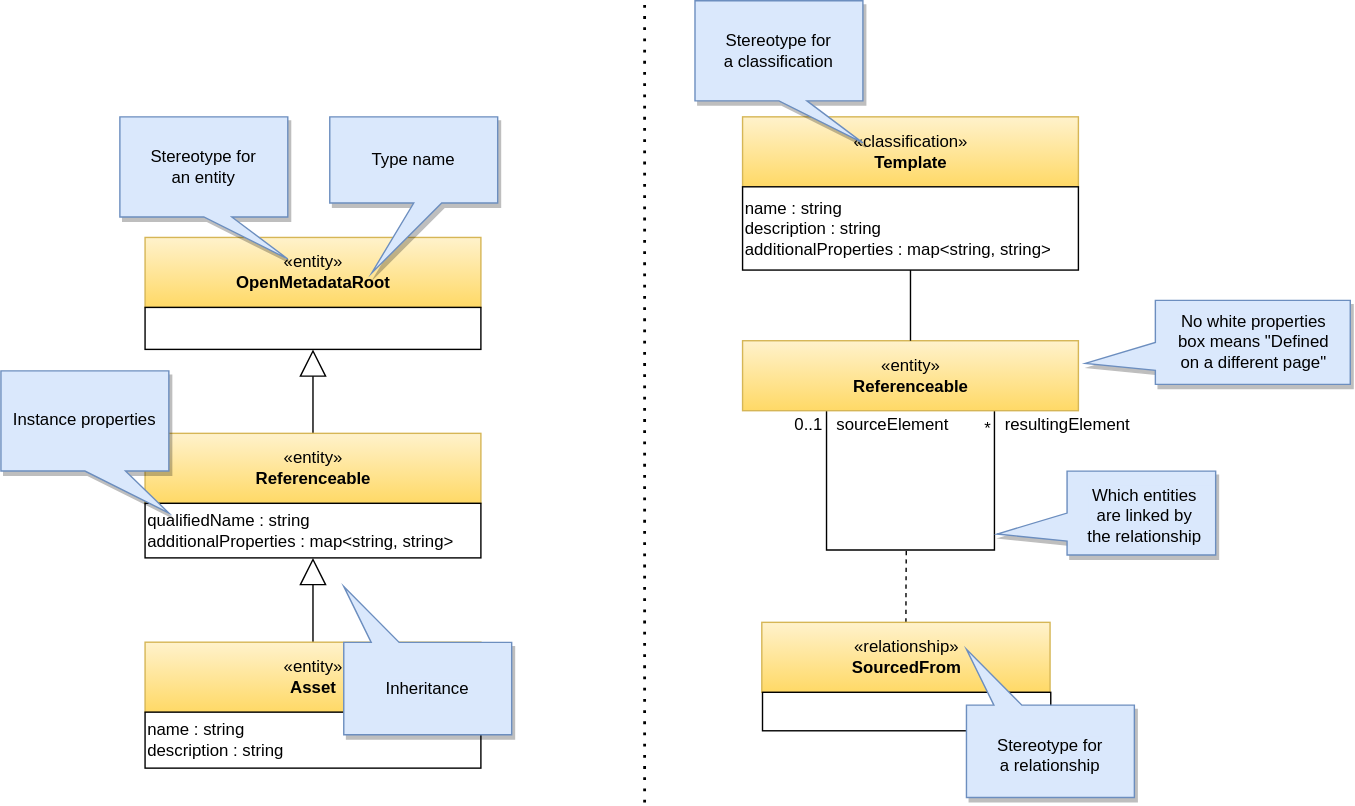
Above: site/docs/types/model-guidance.svg in odpi/egeria-docs (draw.io), before the change. Source tidied: cells renumbered, new cells last; positions are measured from the earlier drawing's top-left corner, leaving out a move shared by most shapes.
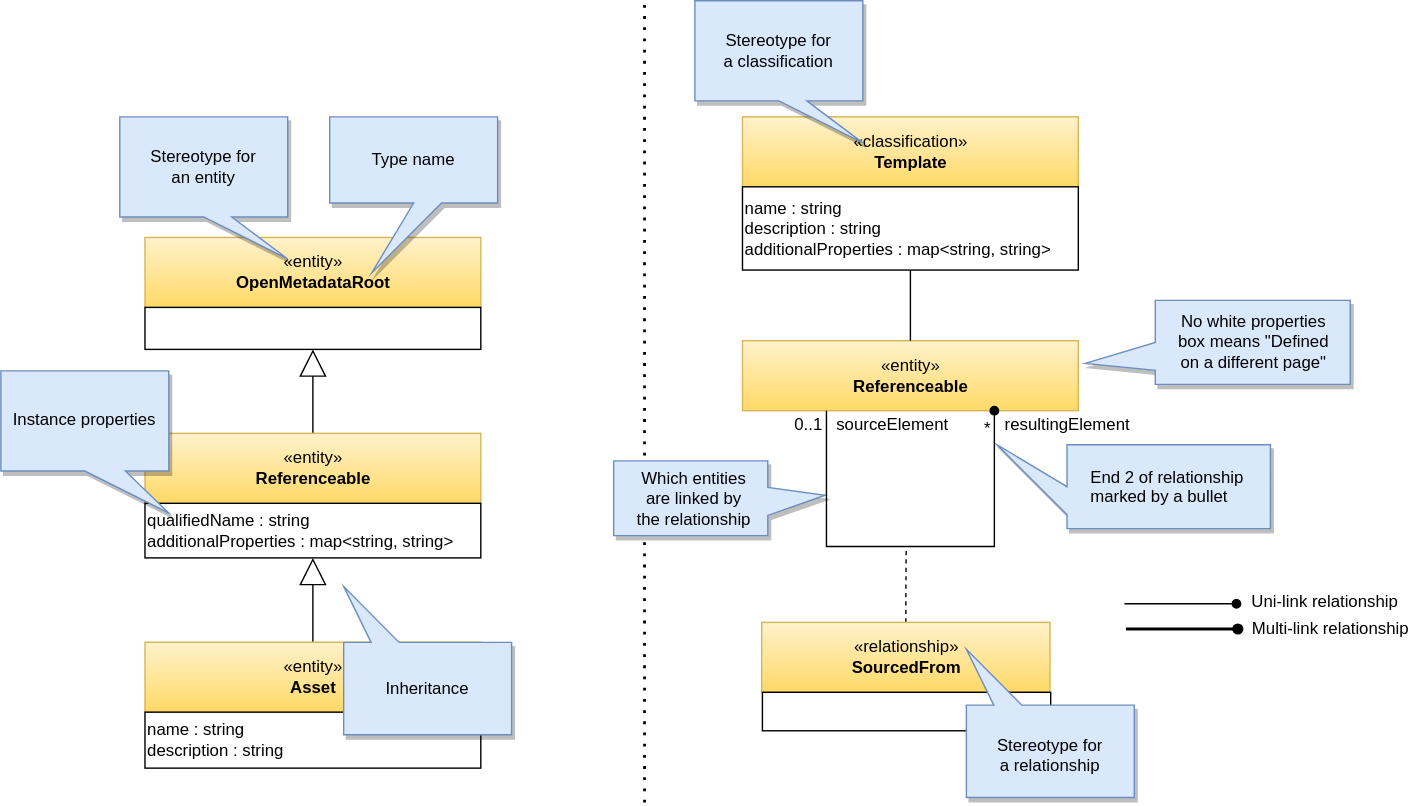
After the commit.

Diff of the diagram source:
```diff
@@ -41,82 +41,106 @@
     <mxCell id="14" value="&lt;span style=&quot;color: rgb(0 , 0 , 0) ; font-family: &amp;#34;helvetica&amp;#34; ; font-size: 12px ; font-style: normal ; font-weight: 400 ; letter-spacing: normal ; text-indent: 0px ; text-transform: none ; word-spacing: 0px ; background-color: rgb(218 , 232 , 252) ; display: inline ; float: none&quot;&gt;Inheritance&lt;/span&gt;" style="text;whiteSpace=wrap;html=1;align=center;" parent="1" vertex="1">
       <mxGeometry x="265" y="478.4" width="80" height="30" as="geometry" />
     </mxCell>
-    <mxCell id="15" style="edgeStyle=orthogonalEdgeStyle;rounded=0;html=1;exitX=0.05;exitY=-0.125;jettySize=auto;endArrow=none;endFill=0;exitDx=0;exitDy=0;exitPerimeter=0;" parent="1" edge="1" source="19" target="23">
+    <mxCell id="15" style="edgeStyle=orthogonalEdgeStyle;rounded=0;html=1;exitX=0.5;exitY=0;dashed=1;endArrow=none;endFill=0;jettySize=auto;exitDx=0;exitDy=0;" parent="1" edge="1" source="16">
       <mxGeometry relative="1" as="geometry">
-        <Array as="points">
-          <mxPoint x="590" y="290.5" />
-          <mxPoint x="590" y="392.5" />
-          <mxPoint x="710" y="392.5" />
-        </Array>
+        <mxPoint x="647" y="392.5" as="targetPoint" />
       </mxGeometry>
     </mxCell>
-    <mxCell id="16" style="edgeStyle=orthogonalEdgeStyle;rounded=0;html=1;exitX=0.5;exitY=0;dashed=1;endArrow=none;endFill=0;jettySize=auto;exitDx=0;exitDy=0;" parent="1" edge="1" source="17">
-      <mxGeometry relative="1" as="geometry">
-        <mxPoint x="647" y="392.5" as="targetPoint" />
-      </mxGeometry>
+    <mxCell id="16" value="«relationship»&lt;br&gt;&lt;b&gt;SourcedFrom&lt;/b&gt;" style="html=1;strokeColor=#d6b656;align=center;fillColor=#fff2cc;gradientColor=#ffd966;" parent="1" vertex="1">
+      <mxGeometry x="543.8" y="444.2" width="206" height="50" as="geometry" />
     </mxCell>
-    <mxCell id="17" value="«relationship»&lt;br&gt;&lt;b&gt;SourcedFrom&lt;/b&gt;" style="html=1;strokeColor=#d6b656;align=center;fillColor=#fff2cc;gradientColor=#ffd966;" parent="1" vertex="1">
-      <mxGeometry x="543.8" y="444.2" width="206" height="50" as="geometry" />
+    <mxCell id="17" style="rounded=0;whiteSpace=wrap;html=1;strokeColor=#000000;gradientColor=#ffffff;align=left;" parent="1" vertex="1">
+      <mxGeometry x="544.2" y="494.2" width="206" height="27.5" as="geometry" />
     </mxCell>
-    <mxCell id="18" style="rounded=0;whiteSpace=wrap;html=1;strokeColor=#000000;gradientColor=#ffffff;align=left;" parent="1" vertex="1">
-      <mxGeometry x="544.2" y="494.2" width="206" height="27.5" as="geometry" />
+    <mxCell id="18" value="sourceElement" style="text;html=1;align=center;verticalAlign=top;spacingTop=-4;" parent="1" vertex="1">
+      <mxGeometry x="587" y="293" width="100" height="20" as="geometry" />
     </mxCell>
-    <mxCell id="19" value="sourceElement" style="text;html=1;points=[];align=center;verticalAlign=top;spacingTop=-4;" parent="1" vertex="1">
-      <mxGeometry x="587" y="293" width="100" height="20" as="geometry" />
+    <mxCell id="19" value="0..1" style="text;html=1;points=[];align=center;verticalAlign=top;spacingTop=-4;" parent="1" vertex="1">
+      <mxGeometry x="557" y="293" width="40" height="20" as="geometry" />
     </mxCell>
-    <mxCell id="20" value="0..1" style="text;html=1;align=center;verticalAlign=top;spacingTop=-4;" parent="1" vertex="1">
-      <mxGeometry x="557" y="293" width="40" height="20" as="geometry" />
+    <mxCell id="20" value="*" style="text;html=1;align=center;verticalAlign=top;spacingTop=-4;" parent="1" vertex="1">
+      <mxGeometry x="697" y="296" width="15" height="14" as="geometry" />
     </mxCell>
-    <mxCell id="21" value="*" style="text;html=1;align=center;verticalAlign=top;spacingTop=-4;" parent="1" vertex="1">
-      <mxGeometry x="697" y="296" width="15" height="14" as="geometry" />
+    <mxCell id="21" value="resultingElement" style="text;html=1;align=center;verticalAlign=top;spacingTop=-4;" parent="1" vertex="1">
+      <mxGeometry x="712" y="293" width="100" height="20" as="geometry" />
     </mxCell>
-    <mxCell id="22" value="resultingElement" style="text;html=1;points=[];align=center;verticalAlign=top;spacingTop=-4;" parent="1" vertex="1">
-      <mxGeometry x="712" y="293" width="100" height="20" as="geometry" />
+    <mxCell id="22" value="«entity»&lt;br&gt;&lt;b&gt;Referenceable&lt;/b&gt;" style="html=1;strokeColor=#d6b656;align=center;fillColor=#fff2cc;gradientColor=#ffd966;" parent="1" vertex="1">
+      <mxGeometry x="530" y="243" width="240" height="50" as="geometry" />
     </mxCell>
-    <mxCell id="23" value="«entity»&lt;br&gt;&lt;b&gt;Referenceable&lt;/b&gt;" style="html=1;strokeColor=#d6b656;align=center;fillColor=#fff2cc;gradientColor=#ffd966;" parent="1" vertex="1">
-      <mxGeometry x="530" y="243" width="240" height="50" as="geometry" />
+    <mxCell id="23" style="edgeStyle=none;rounded=0;jettySize=auto;html=1;exitX=0.5;exitY=1;exitDx=0;exitDy=0;entryX=0.5;entryY=0;entryDx=0;entryDy=0;endArrow=none;endFill=0;" parent="1" edge="1" source="25" target="22">
+      <mxGeometry relative="1" as="geometry" />
     </mxCell>
-    <mxCell id="24" style="edgeStyle=none;rounded=0;jettySize=auto;html=1;exitX=0.5;exitY=1;exitDx=0;exitDy=0;entryX=0.5;entryY=0;entryDx=0;entryDy=0;endArrow=none;endFill=0;" parent="1" edge="1" source="26" target="23">
-      <mxGeometry relative="1" as="geometry" />
+    <mxCell id="24" value="«classification»&lt;br&gt;&lt;b&gt;Template&lt;/b&gt;" style="html=1;strokeColor=#d6b656;align=center;fillColor=#fff2cc;gradientColor=#ffd966;" parent="1" vertex="1">
+      <mxGeometry x="530" y="83" width="240" height="50" as="geometry" />
     </mxCell>
-    <mxCell id="25" value="«classification»&lt;br&gt;&lt;b&gt;Template&lt;/b&gt;" style="html=1;strokeColor=#d6b656;align=center;fillColor=#fff2cc;gradientColor=#ffd966;" parent="1" vertex="1">
-      <mxGeometry x="530" y="83" width="240" height="50" as="geometry" />
+    <mxCell id="25" value="name : string&lt;br&gt;description : string&lt;br&gt;additionalProperties : map&amp;lt;string, string&amp;gt;&lt;br&gt;&lt;div style=&quot;text-align: left&quot;&gt;&lt;/div&gt;" style="rounded=0;whiteSpace=wrap;html=1;strokeColor=#000000;gradientColor=#ffffff;align=left;" parent="1" vertex="1">
+      <mxGeometry x="530" y="133" width="240" height="59.5" as="geometry" />
     </mxCell>
-    <mxCell id="26" value="name : string&lt;br&gt;description : string&lt;br&gt;additionalProperties : map&amp;lt;string, string&amp;gt;&lt;br&gt;&lt;div style=&quot;text-align: left&quot;&gt;&lt;/div&gt;" style="rounded=0;whiteSpace=wrap;html=1;strokeColor=#000000;gradientColor=#ffffff;align=left;" parent="1" vertex="1">
-      <mxGeometry x="530" y="133" width="240" height="59.5" as="geometry" />
+    <mxCell id="26" style="endArrow=none;dashed=1;html=1;dashPattern=1 3;strokeWidth=2;" parent="1" edge="1">
+      <mxGeometry relative="1" as="geometry">
+        <mxPoint x="460" y="573" as="sourcePoint" />
+        <mxPoint x="460" y="3" as="targetPoint" />
+      </mxGeometry>
     </mxCell>
-    <mxCell id="27" style="endArrow=none;dashed=1;html=1;dashPattern=1 3;strokeWidth=2;" parent="1" edge="1">
-      <mxGeometry relative="1" as="geometry">
-        <mxPoint x="460" y="573" as="sourcePoint" />
-        <mxPoint x="460" y="3" as="targetPoint" />
-      </mxGeometry>
+    <mxCell id="27" value="Stereotype for&lt;br&gt;a classification" style="shape=callout;whiteSpace=wrap;html=1;perimeter=calloutPerimeter;fillColor=#dae8fc;strokeColor=#6c8ebf;shadow=1;position2=1;" parent="1" vertex="1">
+      <mxGeometry x="496" width="120" height="101.6" as="geometry" />
     </mxCell>
-    <mxCell id="28" value="Stereotype for&lt;br&gt;a classification" style="shape=callout;whiteSpace=wrap;html=1;perimeter=calloutPerimeter;fillColor=#dae8fc;strokeColor=#6c8ebf;shadow=1;position2=1;" parent="1" vertex="1">
-      <mxGeometry x="496" width="120" height="101.6" as="geometry" />
+    <mxCell id="28" style="shape=callout;whiteSpace=wrap;html=1;perimeter=calloutPerimeter;fillColor=#dae8fc;strokeColor=#6c8ebf;shadow=1;position2=1;base=20;size=40;position=0.67;rotation=-180;" parent="1" vertex="1">
+      <mxGeometry x="690" y="463.4" width="120" height="106" as="geometry" />
     </mxCell>
-    <mxCell id="29" style="shape=callout;whiteSpace=wrap;html=1;perimeter=calloutPerimeter;fillColor=#dae8fc;strokeColor=#6c8ebf;shadow=1;position2=1;base=20;size=40;position=0.67;rotation=-180;" parent="1" vertex="1">
-      <mxGeometry x="690" y="463.4" width="120" height="106" as="geometry" />
+    <mxCell id="29" value="&lt;span style=&quot;color: rgb(0 , 0 , 0) ; font-family: &amp;#34;helvetica&amp;#34; ; font-size: 12px ; font-style: normal ; font-weight: 400 ; letter-spacing: normal ; text-indent: 0px ; text-transform: none ; word-spacing: 0px ; background-color: rgb(218 , 232 , 252) ; display: inline ; float: none&quot;&gt;Stereotype for a relationship&lt;/span&gt;" style="text;whiteSpace=wrap;html=1;align=center;" parent="1" vertex="1">
+      <mxGeometry x="710" y="519.3" width="80" height="30" as="geometry" />
     </mxCell>
-    <mxCell id="30" value="&lt;span style=&quot;color: rgb(0 , 0 , 0) ; font-family: &amp;#34;helvetica&amp;#34; ; font-size: 12px ; font-style: normal ; font-weight: 400 ; letter-spacing: normal ; text-indent: 0px ; text-transform: none ; word-spacing: 0px ; background-color: rgb(218 , 232 , 252) ; display: inline ; float: none&quot;&gt;Stereotype for a relationship&lt;/span&gt;" style="text;whiteSpace=wrap;html=1;align=center;" parent="1" vertex="1">
-      <mxGeometry x="710" y="519.3" width="80" height="30" as="geometry" />
+    <mxCell id="30" style="shape=callout;whiteSpace=wrap;html=1;perimeter=calloutPerimeter;fillColor=#dae8fc;strokeColor=#6c8ebf;shadow=1;position2=0.75;size=50;position=0.5;rotation=90;" parent="1" vertex="1">
+      <mxGeometry x="839.6" y="149.6" width="60" height="189.3" as="geometry" />
     </mxCell>
-    <mxCell id="31" style="shape=callout;whiteSpace=wrap;html=1;perimeter=calloutPerimeter;fillColor=#dae8fc;strokeColor=#6c8ebf;shadow=1;position2=0.75;size=50;position=0.5;rotation=90;" parent="1" vertex="1">
-      <mxGeometry x="839.6" y="149.6" width="60" height="189.3" as="geometry" />
+    <mxCell id="31" style="text;whiteSpace=wrap;html=1;align=left;fillColor=#dae8fc;" parent="1" vertex="1">
+      <mxGeometry x="840" y="224.2" width="90" height="40" as="geometry" />
     </mxCell>
-    <mxCell id="32" style="text;whiteSpace=wrap;html=1;align=left;fillColor=#dae8fc;" parent="1" vertex="1">
-      <mxGeometry x="840" y="224.2" width="90" height="40" as="geometry" />
+    <mxCell id="32" value="No white properties&lt;br&gt;box means &quot;Defined&lt;br&gt;on a different page&quot;" style="text;html=1;align=center;verticalAlign=middle;strokeColor=none;" parent="1" vertex="1">
+      <mxGeometry x="835" y="219.2" width="120" height="50" as="geometry" />
     </mxCell>
-    <mxCell id="33" value="No white properties&lt;br&gt;box means &quot;Defined&lt;br&gt;on a different page&quot;" style="text;html=1;align=center;verticalAlign=middle;strokeColor=none;" parent="1" vertex="1">
-      <mxGeometry x="835" y="219.2" width="120" height="50" as="geometry" />
+    <mxCell id="33" style="edgeStyle=orthogonalEdgeStyle;rounded=0;orthogonalLoop=1;jettySize=auto;html=1;endArrow=oval;endFill=1;strokeWidth=1;" parent="1" edge="1">
+      <mxGeometry relative="1" as="geometry">
+        <mxPoint x="803" y="431" as="sourcePoint" />
+        <mxPoint x="883" y="431" as="targetPoint" />
+      </mxGeometry>
     </mxCell>
-    <mxCell id="34" style="shape=callout;whiteSpace=wrap;html=1;perimeter=calloutPerimeter;fillColor=#dae8fc;strokeColor=#6c8ebf;shadow=1;position2=0.75;size=50;position=0.5;rotation=90;" parent="1" vertex="1">
-      <mxGeometry x="760" y="288.1" width="60" height="156.2" as="geometry" />
+    <mxCell id="34" style="shape=callout;whiteSpace=wrap;html=1;perimeter=calloutPerimeter;fillColor=#dae8fc;strokeColor=#6c8ebf;shadow=1;position2=0;size=50;position=0.5;rotation=90;" parent="1" vertex="1">
+      <mxGeometry x="779.6" y="249.6" width="60" height="195.4" as="geometry" />
     </mxCell>
-    <mxCell id="35" style="text;whiteSpace=wrap;html=1;align=left;fillColor=#dae8fc;" parent="1" vertex="1">
-      <mxGeometry x="776.9" y="346.1" width="90" height="40" as="geometry" />
+    <mxCell id="35" value="End 2 of relationship marked by a bullet" style="text;whiteSpace=wrap;html=1;align=left;fillColor=#dae8fc;" parent="1" vertex="1">
+      <mxGeometry x="776.9" y="327.3" width="113.1" height="42.7" as="geometry" />
     </mxCell>
-    <mxCell id="36" value="Which entities&lt;br&gt;are linked by&lt;br&gt;the relationship" style="text;html=1;align=center;verticalAlign=middle;strokeColor=none;" parent="1" vertex="1">
-      <mxGeometry x="766.9" y="343.1" width="100" height="50" as="geometry" />
+    <mxCell id="36" style="shape=callout;whiteSpace=wrap;html=1;perimeter=calloutPerimeter;fillColor=#dae8fc;strokeColor=#6c8ebf;shadow=1;position2=0.54;base=20;rotation=-90;size=41;position=0.27;" parent="1" vertex="1">
+      <mxGeometry x="486.8" y="280" width="53.5" height="151.2" as="geometry" />
     </mxCell>
+    <mxCell id="37" value="Which entities&lt;br&gt;are linked by&lt;br&gt;the relationship" style="text;html=1;align=center;verticalAlign=middle;strokeColor=none;" parent="1" vertex="1">
+      <mxGeometry x="445.2" y="330.6" width="100" height="50" as="geometry" />
+    </mxCell>
+    <mxCell id="38" style="edgeStyle=orthogonalEdgeStyle;rounded=0;orthogonalLoop=1;jettySize=auto;html=1;endArrow=oval;endFill=1;strokeWidth=2;" parent="1" edge="1">
+      <mxGeometry relative="1" as="geometry">
+        <mxPoint x="804" y="449" as="sourcePoint" />
+        <mxPoint x="884" y="449" as="targetPoint" />
+        <Array as="points">
+          <mxPoint x="824" y="449" />
+          <mxPoint x="824" y="449" />
+        </Array>
+      </mxGeometry>
+    </mxCell>
+    <mxCell id="39" value="Uni-link relationship" style="text;html=1;align=center;verticalAlign=middle;strokeColor=none;fillColor=none;" parent="1" vertex="1">
+      <mxGeometry x="886" y="419.6" width="120" height="20" as="geometry" />
+    </mxCell>
+    <mxCell id="40" value="Multi-link relationship" style="text;html=1;align=center;verticalAlign=middle;strokeColor=none;fillColor=none;" parent="1" vertex="1">
+      <mxGeometry x="885" y="439.4" width="130" height="20" as="geometry" />
+    </mxCell>
+    <mxCell id="41" style="edgeStyle=orthogonalEdgeStyle;rounded=0;orthogonalLoop=1;jettySize=auto;html=1;exitX=0.25;exitY=1;exitDx=0;exitDy=0;entryX=0.75;entryY=1;entryDx=0;entryDy=0;endArrow=oval;endFill=1;strokeWidth=1;" parent="1" edge="1" source="22" target="22">
+      <mxGeometry relative="1" as="geometry">
+        <Array as="points">
+          <mxPoint x="590" y="390" />
+          <mxPoint x="710" y="390" />
+        </Array>
+      </mxGeometry>
+    </mxCell>
   </root>
 </mxGraphModel>
```
